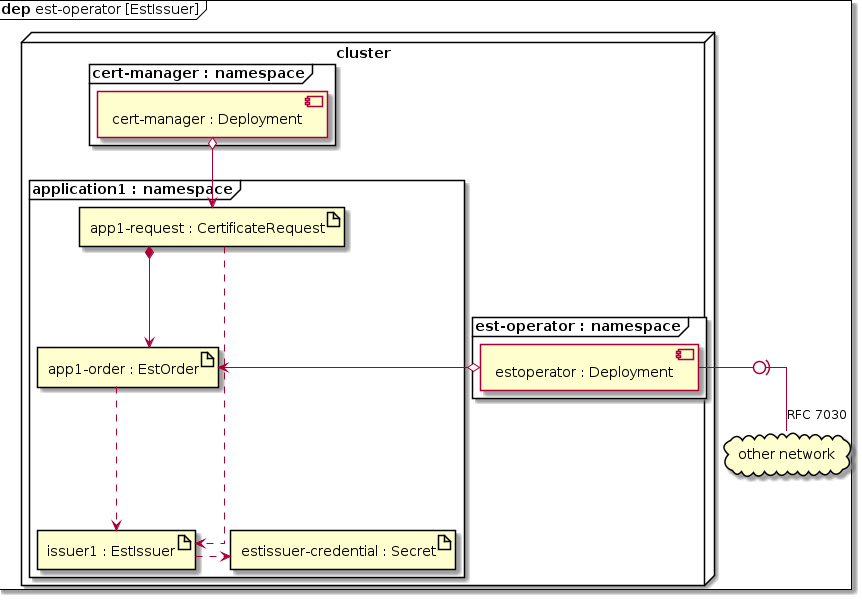
The PlantUML diagram docs/images/deployment.png in mitre/est-operator, before a commit. The source it was exported from:
```plantuml
@startuml
skinparam linetype ortho
skinparam ranksep 1
mainframe **dep** est-operator [EstIssuer]
node cluster {
    frame "cert-manager : namespace" as cm_ns {
        component "cert-manager : Deployment" as cm
    }
    frame "application1 : namespace" as app1_ns {
        artifact "app1-request : CertificateRequest" as app1_cr
        artifact "app1-order : EstOrder" as app1_est_o
        artifact "issuer1 : EstIssuer" as est_i
        artifact "estissuer-credential : Secret" as est_i_cred
    }
    frame "est-operator : namespace" as est_ns {
        component "estoperator : Deployment" as estoper
    }
}
cloud "other network" as cloud
cm o--> app1_cr
estoper o-l-> app1_est_o
estoper -0)- cloud : RFC 7030
app1_cr *--> app1_est_o
est_i .r.> est_i_cred
app1_cr ..> est_i
app1_est_o ..> est_i
@enduml
```
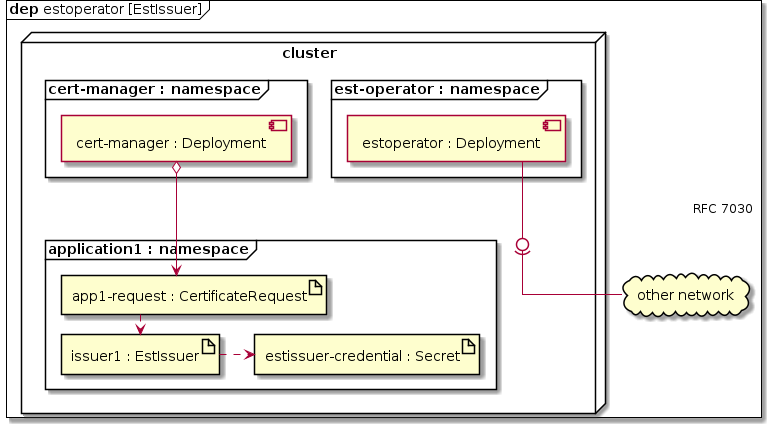
After the change.

Diff of the diagram source:
```diff
@@ -1,14 +1,13 @@
 @startuml
 skinparam linetype ortho
 skinparam ranksep 1
-mainframe **dep** est-operator [EstIssuer]
+mainframe **dep** estoperator [EstIssuer]
 node cluster {
     frame "cert-manager : namespace" as cm_ns {
         component "cert-manager : Deployment" as cm
     }
     frame "application1 : namespace" as app1_ns {
         artifact "app1-request : CertificateRequest" as app1_cr
-        artifact "app1-order : EstOrder" as app1_est_o
         artifact "issuer1 : EstIssuer" as est_i
         artifact "estissuer-credential : Secret" as est_i_cred
     }
@@ -18,10 +17,7 @@
 }
 cloud "other network" as cloud
 cm o--> app1_cr
-estoper o-l-> app1_est_o
 estoper -0)- cloud : RFC 7030
-app1_cr *--> app1_est_o
 est_i .r.> est_i_cred
 app1_cr ..> est_i
-app1_est_o ..> est_i
 @enduml
```
